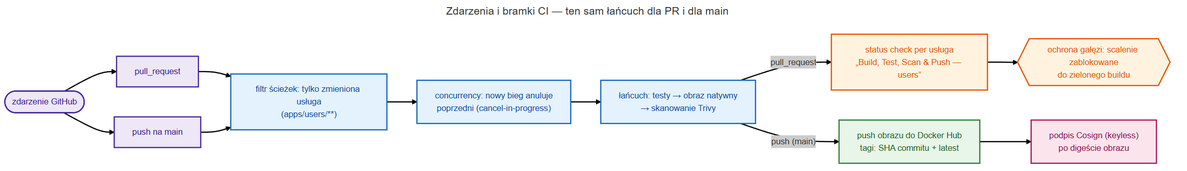
The Mermaid diagram thesis/img/diagrams/04-build/build-02-flow-ci-governance.png in mwas-inz/bsc-devops, before a commit. Its source is kept beside it as docs/diagrams/04-build/build-02-flow-ci-governance.mmd. The source it was exported from:
```mermaid
---
title: Zdarzenia i bramki CI — ten sam łańcuch dla PR i dla main
config:
  theme: neo
---
flowchart LR
    ev(["zdarzenie GitHub"])
    prE["pull_request"]
    mainE["push na main"]
    filt["filtr ścieżek: tylko zmieniona usługa<br/>(apps/users/**)"]
    conc["concurrency: nowy bieg anuluje<br/>poprzedni (cancel-in-progress)"]
    pipe["łańcuch: testy → obraz natywny<br/>→ skanowanie Trivy"]
    check["status check per usługa<br/>„Build, Test, Scan &amp; Push — users”"]
    gate{{"ochrona gałęzi: scalenie zablokowane<br/>do zielonego buildu"}}
    pushi["push obrazu do Docker Hub<br/>tagi: SHA commitu + latest"]
    sign["podpis Cosign (keyless)<br/>po digeście obrazu"]

    ev --> prE
    ev --> mainE
    prE --> filt
    mainE --> filt
    filt --> conc --> pipe
    pipe -->|pull_request| check --> gate
    pipe -->|"push (main)"| pushi --> sign

    classDef evc fill:#ede7f6,stroke:#4527a0,color:#311b92;
    classDef shared fill:#e3f2fd,stroke:#1565c0,color:#0d47a1;
    classDef prc fill:#fff3e0,stroke:#e65100,color:#e65100;
    classDef mainc fill:#e8f5e9,stroke:#2e7d32,color:#1b5e20;
    classDef sec fill:#fce4ec,stroke:#ad1457,color:#880e4f;

    class ev,prE,mainE evc;
    class filt,conc,pipe shared;
    class check,gate prc;
    class pushi mainc;
    class sign sec;
```
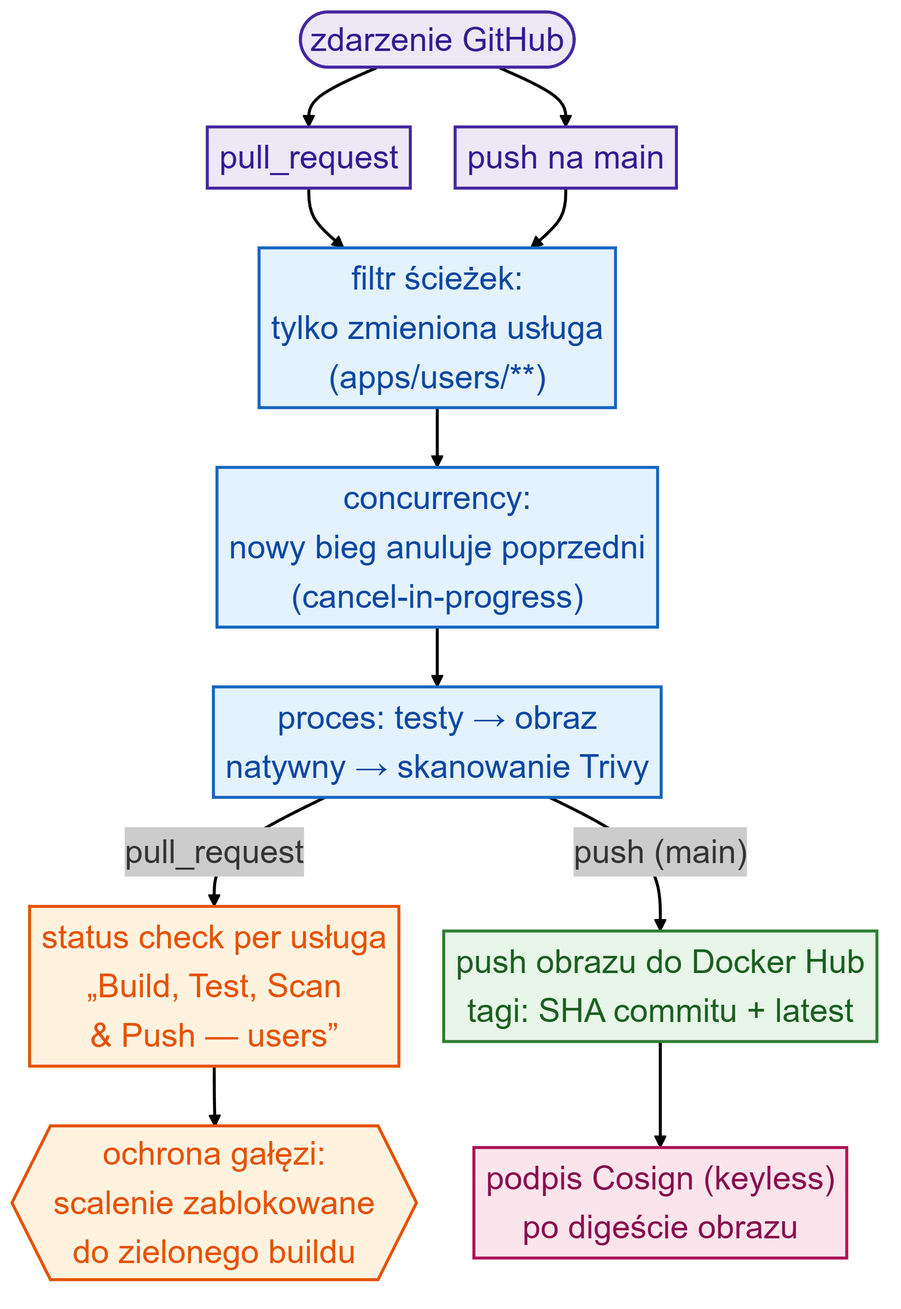
Later version of the same file.

Change to the diagram source:
```diff
@@ -1,17 +1,24 @@
 ---
-title: Zdarzenia i bramki CI — ten sam łańcuch dla PR i dla main
 config:
   theme: neo
+  themeVariables:
+    fontSize: 22px
+  flowchart:
+    nodeSpacing: 30
+    rankSpacing: 40
+    padding: 4
+    diagramPadding: 8
+    wrappingWidth: 600
 ---
-flowchart LR
+flowchart TB
     ev(["zdarzenie GitHub"])
     prE["pull_request"]
     mainE["push na main"]
-    filt["filtr ścieżek: tylko zmieniona usługa<br/>(apps/users/**)"]
-    conc["concurrency: nowy bieg anuluje<br/>poprzedni (cancel-in-progress)"]
-    pipe["łańcuch: testy → obraz natywny<br/>→ skanowanie Trivy"]
-    check["status check per usługa<br/>„Build, Test, Scan &amp; Push — users”"]
-    gate{{"ochrona gałęzi: scalenie zablokowane<br/>do zielonego buildu"}}
+    filt["filtr ścieżek:<br/>tylko zmieniona usługa<br/>(apps/users/**)"]
+    conc["concurrency:<br/>nowy bieg anuluje poprzedni<br/>(cancel-in-progress)"]
+    pipe["proces: testy → obraz<br/>natywny → skanowanie Trivy"]
+    check["status check per usługa<br/>„Build, Test, Scan<br/>&amp; Push — users”"]
+    gate{{"ochrona gałęzi:<br/>scalenie zablokowane<br/>do zielonego buildu"}}
     pushi["push obrazu do Docker Hub<br/>tagi: SHA commitu + latest"]
     sign["podpis Cosign (keyless)<br/>po digeście obrazu"]
 
```
